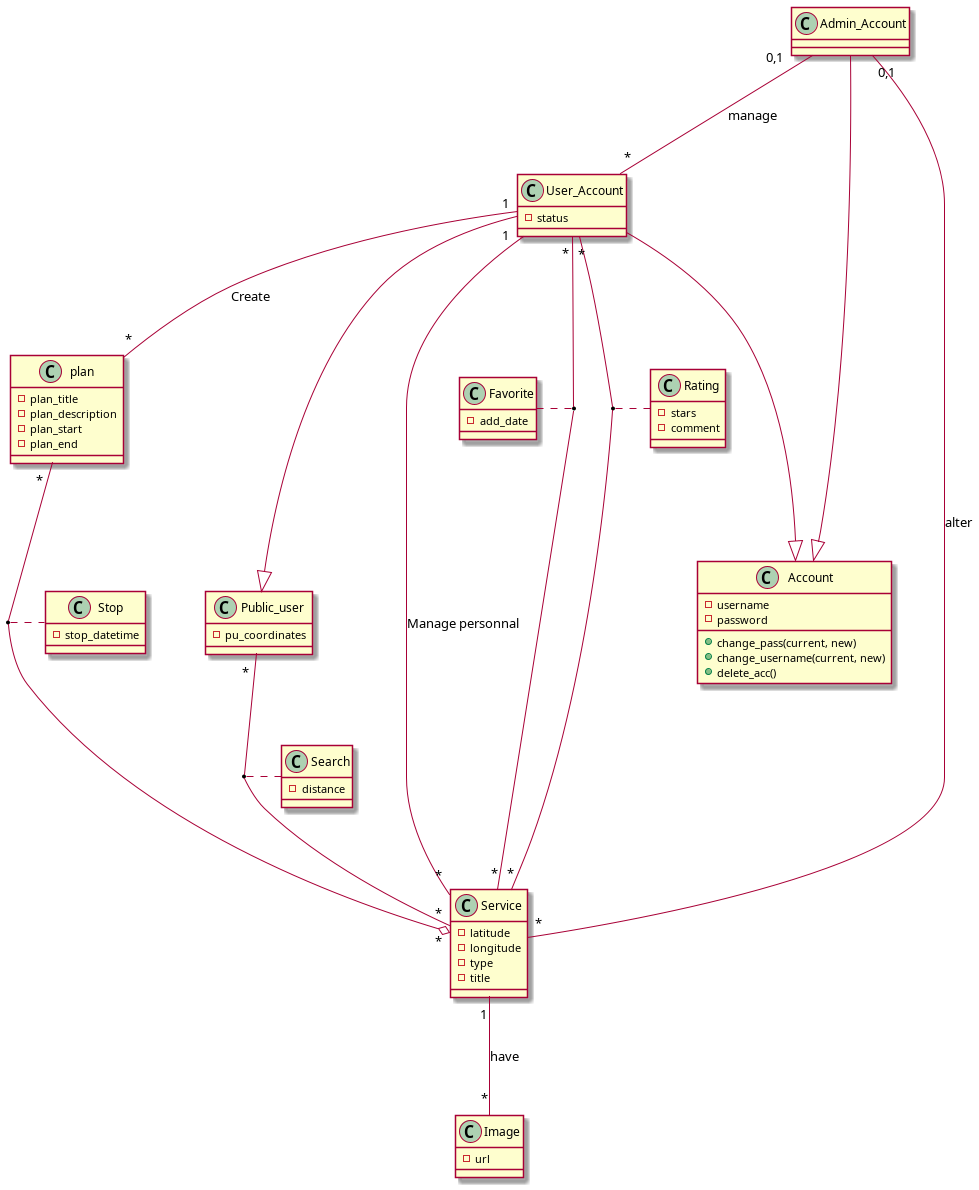
This is rapport/uml/images/class/class_diag.png from techguyseli/touristy, a PlantUML export, as it was before one commit.
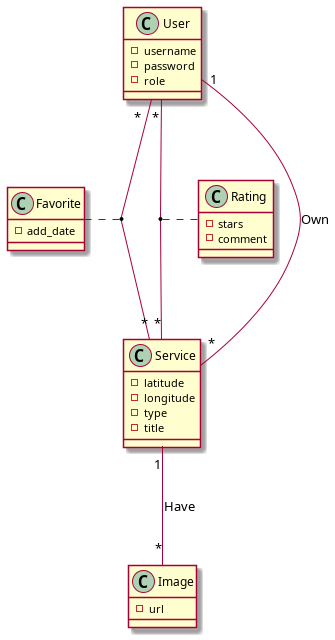
Above is the later version.

Commit message:
fixed class diagram image

Change to the diagram source:
```diff
@@ -1,56 +1,24 @@
 @startuml class_diag
 
-class Public_user
-Public_user : -pu_coordinates
-Public_user "*" -- "*" Service
-(Public_user, Service) . Search
-
-class Account
-Account : -username
-Account : -password
-Account : +change_pass(current, new)
-Account : +change_username(current, new)
-Account : +delete_acc()
-
-class Admin_Account
-Admin_Account ---|> Account
-Admin_Account "0,1" -- "*" User_Account : manage
-Admin_Account "0,1" -- "*" Service : alter
-
-class User_Account
-User_Account : -status
-User_Account ---|> Account
-User_Account ---|> Public_user
-User_Account "1" -- "*" plan : Create
-User_Account "*" -- "*" Service
-(User_Account, Service) . Favorite
-User_Account "*" -- "*" Service
-(User_Account, Service) . Rating
-User_Account "1" -- "*" Service : Manage personnal
-
-class Search
-Search : -distance
+class User
+User : -username
+User : -password
+User : -role
+User "*" -- "*" Service
+(User, Service) . Favorite
+User "*" -- "*" Service
+(User, Service) . Rating
+User "1" -- "*" Service : Own
 
 class Service
 Service : -latitude
 Service : -longitude
 Service : -type
 Service : -title
-Service "1" -- "*" Image : have
+Service "1" -- "*" Image : Have
 
 class Image
 Image : -url
-
-class Stop
-Stop : -stop_datetime
-
-class plan
-plan : -plan_title
-plan : -plan_description
-plan : -plan_start
-plan : -plan_end
-plan "*" --o "*" Service
-(plan, Service) . Stop
 
 class Favorite
 Favorite : -add_date
```
